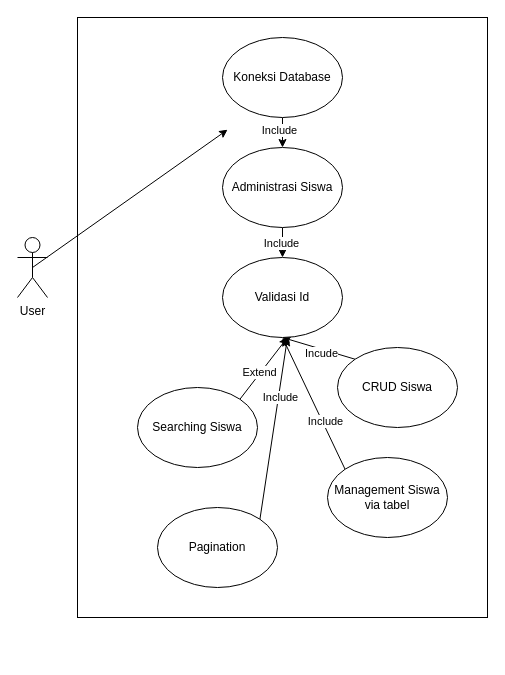
Before: pw.drawio in Project-Sekolah/CRUD-Siswa-Berbasis-PHP, a draw.io diagram. Source tidied: cells renumbered, new cells numbered last; positions are measured from the earlier drawing's top-left corner, leaving out a move shared by most shapes. Both pictures are drawn from the tidied source at 100%, with x=0, y=0 at pixel (17, 17).
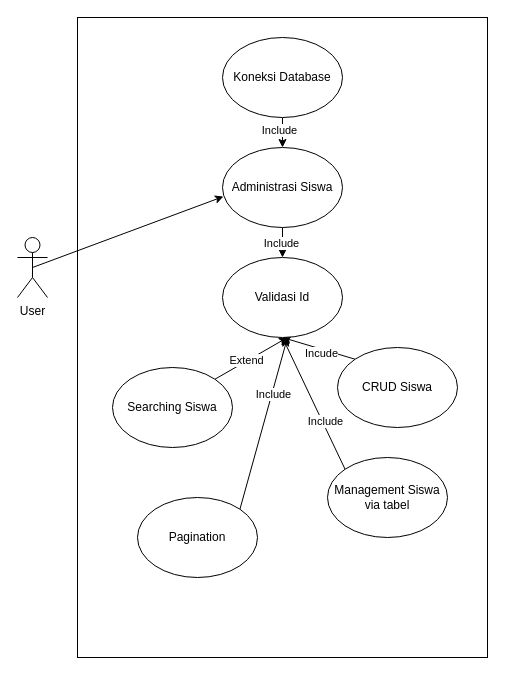
After the change.

The change refers to these unchanged cells:
```xml
<mxCell id="2" value="User" style="shape=umlActor;verticalLabelPosition=bottom;verticalAlign=top;html=1;outlineConnect=0;" parent="1" vertex="1">
  <mxGeometry y="220" width="30" height="60" as="geometry" />
</mxCell>
<mxCell id="9" value="Administrasi Siswa" style="ellipse;whiteSpace=wrap;html=1;" parent="1" vertex="1">
  <mxGeometry x="205" y="130" width="120" height="80" as="geometry" />
</mxCell>
```

Diff of the diagram source:
```diff
@@
     <mxCell id="3" style="rounded=0;whiteSpace=wrap;html=1;" parent="1" vertex="1">
-      <mxGeometry x="60" width="410" height="600" as="geometry" />
+      <mxGeometry x="60" width="410" height="640" as="geometry" />
     </mxCell>
@@
     <mxCell id="18" value="Searching Siswa" style="ellipse;whiteSpace=wrap;html=1;" parent="1" vertex="1">
-      <mxGeometry x="120" y="370" width="120" height="80" as="geometry" />
+      <mxGeometry x="95" y="350" width="120" height="80" as="geometry" />
     </mxCell>
@@
     <mxCell id="21" value="Pagination" style="ellipse;whiteSpace=wrap;html=1;" parent="1" vertex="1">
-      <mxGeometry x="140" y="490" width="120" height="80" as="geometry" />
+      <mxGeometry x="120" y="480" width="120" height="80" as="geometry" />
     </mxCell>
@@
-    <mxCell id="23" style="rounded=0;jettySize=auto;html=1;exitX=0.5;exitY=0.5;exitDx=0;exitDy=0;exitPerimeter=0;entryX=0.366;entryY=0.187;entryDx=0;entryDy=0;entryPerimeter=0;" parent="1" edge="1" source="2" target="3">
-      <mxGeometry relative="1" as="geometry" />
-    </mxCell>
+    <mxCell id="24" style="rounded=0;jettySize=auto;html=1;exitX=0.5;exitY=0.5;exitDx=0;exitDy=0;exitPerimeter=0;entryX=0.008;entryY=0.613;entryDx=0;entryDy=0;entryPerimeter=0;" parent="1" edge="1" source="2" target="9">
+      <mxGeometry relative="1" as="geometry" />
+    </mxCell>
```
